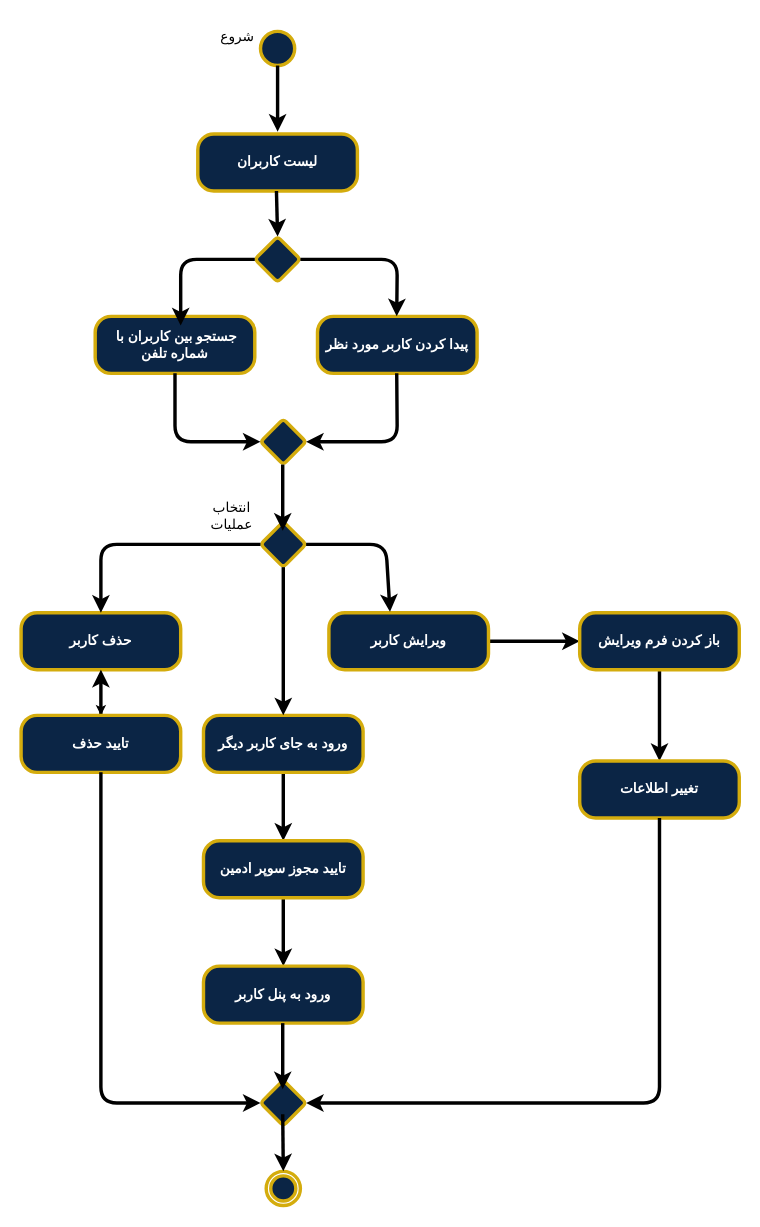
Earlier version of the draw.io diagram page "مدیریت کاربران" (2 of 4) of Documentation/Analysis/Modeling/Functional Models/Super Admin/super_admin_Activity_diagram_fixed3_.drawio (TnT74K/Project-SAD). Source tidied: cells renumbered, new cells numbered last; positions are measured from the earlier drawing's top-left corner, leaving out a move shared by most shapes. Both pictures are drawn from the tidied source at 114%, with x=0, y=0 at pixel (21, 19).
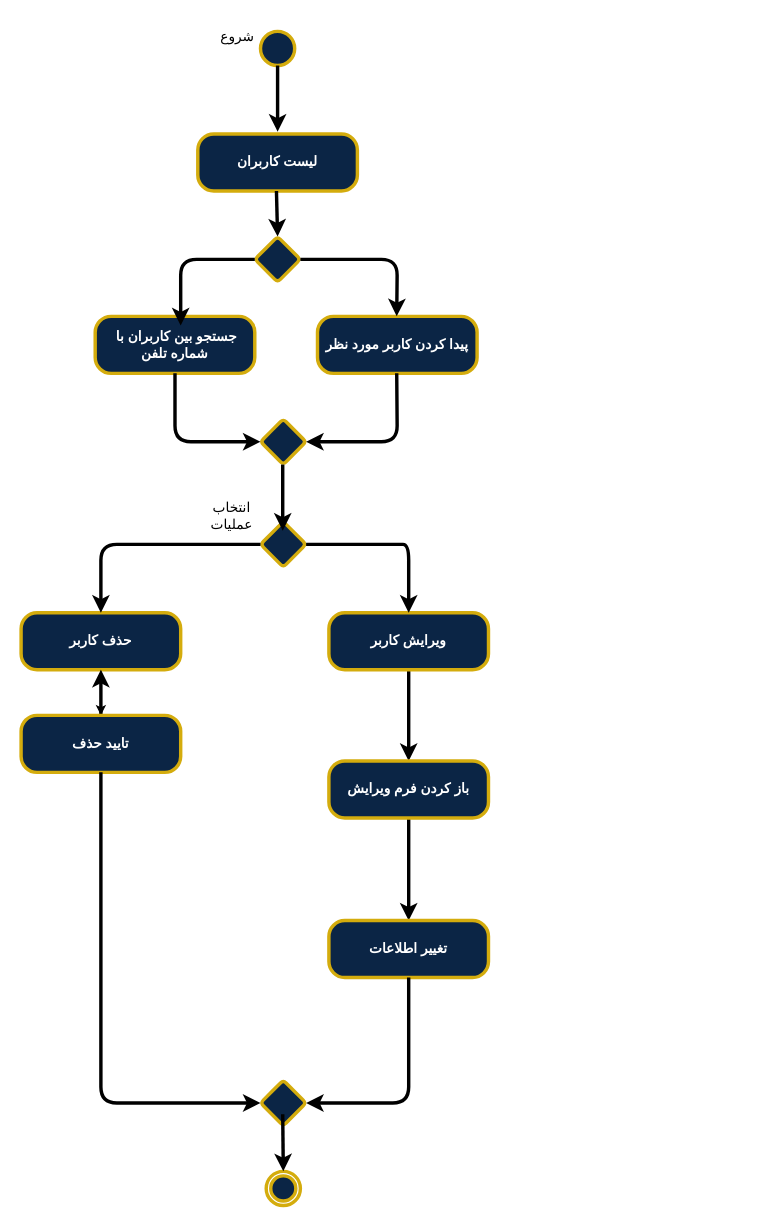
The same diagram, later.

Commit message (it also covers changes not shown here):
fix Business Admin and Super Admin Activity Diagrams

The change refers to these unchanged cells:
```xml
<mxCell id="10" style="rhombus;rounded=1;strokeColor=light-dark(#D4AC0D,#D4AC0D);strokeWidth=3;align=center;verticalAlign=middle;arcSize=7;fontFamily=zain;fontSize=12;fontColor=light-dark(#FFFFFF,#FFFFFF);fontStyle=1;labelBackgroundColor=none;fillColor=light-dark(#0B2545,#0B2545);" parent="1" vertex="1">
  <mxGeometry x="210" y="440" width="40" height="40" as="geometry" />
</mxCell>
<mxCell id="12" value="ویرایش کاربر" style="html=1;align=center;verticalAlign=middle;rounded=1;arcSize=28;whiteSpace=wrap;strokeColor=light-dark(#D4AC0D,#D4AC0D);strokeWidth=3;fontFamily=zain;fontSize=12;fontColor=light-dark(#FFFFFF,#FFFFFF);fontStyle=1;labelBackgroundColor=none;fillColor=light-dark(#0B2545,#0B2545);" parent="1" vertex="1">
  <mxGeometry x="270" y="520" width="140" height="50" as="geometry" />
</mxCell>
<mxCell id="25" style="rhombus;rounded=1;strokeColor=light-dark(#D4AC0D,#D4AC0D);strokeWidth=3;align=center;verticalAlign=middle;arcSize=7;fontFamily=zain;fontSize=12;fontColor=light-dark(#FFFFFF,#FFFFFF);fontStyle=1;labelBackgroundColor=none;fillColor=light-dark(#0B2545,#0B2545);" parent="1" vertex="1">
  <mxGeometry x="210" y="930" width="40" height="40" as="geometry" />
</mxCell>
```

What changed in the source:
```diff
@@
-    <mxCell id="15" style="edgeStyle=orthogonalEdgeStyle;rounded=0;jettySize=auto;html=1;strokeWidth=3;" parent="1" edge="1" source="16" target="21">
-      <mxGeometry relative="1" as="geometry" />
+    <mxCell id="15" style="edgeStyle=orthogonalEdgeStyle;rounded=0;orthogonalLoop=1;jettySize=auto;html=1;strokeWidth=3;" parent="1" edge="1">
+      <mxGeometry relative="1" as="geometry">
+        <mxPoint x="230" y="660" as="sourcePoint" />
+      </mxGeometry>
     </mxCell>
-    <mxCell id="16" value="ورود به جای کاربر دیگر" style="html=1;align=center;verticalAlign=middle;rounded=1;arcSize=28;whiteSpace=wrap;strokeColor=light-dark(#D4AC0D,#D4AC0D);strokeWidth=3;fontFamily=zain;fontSize=12;fontColor=light-dark(#FFFFFF,#FFFFFF);fontStyle=1;labelBackgroundColor=none;fillColor=light-dark(#0B2545,#0B2545);" parent="1" vertex="1">
-      <mxGeometry x="160" y="610" width="140" height="50" as="geometry" />
-    </mxCell>
@@
     <mxCell id="18" value="باز کردن فرم ویرایش" style="html=1;align=center;verticalAlign=middle;rounded=1;arcSize=28;whiteSpace=wrap;strokeColor=light-dark(#D4AC0D,#D4AC0D);strokeWidth=3;fontFamily=zain;fontSize=12;fontColor=light-dark(#FFFFFF,#FFFFFF);fontStyle=1;labelBackgroundColor=none;fillColor=light-dark(#0B2545,#0B2545);" parent="1" vertex="1">
-      <mxGeometry x="490" y="520" width="140" height="50" as="geometry" />
+      <mxGeometry x="270" y="650" width="140" height="50" as="geometry" />
     </mxCell>
     <mxCell id="19" value="تغییر اطلاعات" style="html=1;align=center;verticalAlign=middle;rounded=1;arcSize=28;whiteSpace=wrap;strokeColor=light-dark(#D4AC0D,#D4AC0D);strokeWidth=3;fontFamily=zain;fontSize=12;fontColor=light-dark(#FFFFFF,#FFFFFF);fontStyle=1;labelBackgroundColor=none;fillColor=light-dark(#0B2545,#0B2545);" parent="1" vertex="1">
-      <mxGeometry x="490" y="650" width="140" height="50" as="geometry" />
+      <mxGeometry x="270" y="790" width="140" height="50" as="geometry" />
     </mxCell>
-    <mxCell id="20" style="edgeStyle=orthogonalEdgeStyle;rounded=0;jettySize=auto;html=1;strokeWidth=3;" parent="1" edge="1" source="21" target="22">
-      <mxGeometry relative="1" as="geometry" />
+    <mxCell id="20" style="edgeStyle=orthogonalEdgeStyle;rounded=0;orthogonalLoop=1;jettySize=auto;html=1;strokeWidth=3;" parent="1" edge="1">
+      <mxGeometry relative="1" as="geometry">
+        <mxPoint x="230" y="770" as="sourcePoint" />
+      </mxGeometry>
     </mxCell>
-    <mxCell id="21" value="تایید مجوز سوپر ادمین" style="html=1;align=center;verticalAlign=middle;rounded=1;arcSize=28;whiteSpace=wrap;strokeColor=light-dark(#D4AC0D,#D4AC0D);strokeWidth=3;fontFamily=zain;fontSize=12;fontColor=light-dark(#FFFFFF,#FFFFFF);fontStyle=1;labelBackgroundColor=none;fillColor=light-dark(#0B2545,#0B2545);" parent="1" vertex="1">
-      <mxGeometry x="160" y="720" width="140" height="50" as="geometry" />
-    </mxCell>
-    <mxCell id="22" value="ورود به پنل کاربر" style="html=1;align=center;verticalAlign=middle;rounded=1;arcSize=28;whiteSpace=wrap;strokeColor=light-dark(#D4AC0D,#D4AC0D);strokeWidth=3;fontFamily=zain;fontSize=12;fontColor=light-dark(#FFFFFF,#FFFFFF);fontStyle=1;labelBackgroundColor=none;fillColor=light-dark(#0B2545,#0B2545);" parent="1" vertex="1">
-      <mxGeometry x="160" y="830" width="140" height="50" as="geometry" />
-    </mxCell>
@@
-    <mxCell id="34" style="html=1;verticalAlign=middle;labelBackgroundColor=none;strokeWidth=3;rounded=1;exitX=0.5;exitY=1;exitDx=0;exitDy=0;strokeColor=light-dark(#000000,#D4AC0D);align=center;arcSize=28;fontFamily=zain;fontSize=12;fontColor=light-dark(#FFFFFF,#FFFFFF);fontStyle=1;fillColor=light-dark(#0B2545,#0B2545);entryX=0.5;entryY=0;entryDx=0;entryDy=0;" parent="1" edge="1" source="10" target="16">
-      <mxGeometry relative="1" as="geometry" />
-    </mxCell>
-    <mxCell id="35" style="html=1;verticalAlign=middle;labelBackgroundColor=none;strokeWidth=3;rounded=1;exitX=1;exitY=0.5;exitDx=0;exitDy=0;strokeColor=light-dark(#000000,#D4AC0D);align=center;arcSize=28;fontFamily=zain;fontSize=12;fontColor=light-dark(#FFFFFF,#FFFFFF);fontStyle=1;fillColor=light-dark(#0B2545,#0B2545);entryX=0.383;entryY=-0.016;entryDx=0;entryDy=0;entryPerimeter=0;" parent="1" edge="1" source="10" target="12">
+    <mxCell id="35" style="html=1;verticalAlign=middle;labelBackgroundColor=none;strokeWidth=3;rounded=1;exitX=1;exitY=0.5;exitDx=0;exitDy=0;strokeColor=light-dark(#000000,#D4AC0D);align=center;arcSize=28;fontFamily=zain;fontSize=12;fontColor=light-dark(#FFFFFF,#FFFFFF);fontStyle=1;fillColor=light-dark(#0B2545,#0B2545);entryX=0.5;entryY=0;entryDx=0;entryDy=0;" parent="1" edge="1" source="10" target="12">
       <mxGeometry relative="1" as="geometry">
         <Array as="points">
           <mxPoint x="320" y="460" />
+          <mxPoint x="340" y="460" />
         </Array>
       </mxGeometry>
     </mxCell>
@@
-    <mxCell id="37" style="html=1;verticalAlign=middle;labelBackgroundColor=none;strokeWidth=3;rounded=1;exitX=0.5;exitY=1;exitDx=0;exitDy=0;strokeColor=light-dark(#000000,#D4AC0D);align=center;arcSize=28;fontFamily=zain;fontSize=12;fontColor=light-dark(#FFFFFF,#FFFFFF);fontStyle=1;fillColor=light-dark(#0B2545,#0B2545);" parent="1" edge="1">
-      <mxGeometry relative="1" as="geometry">
-        <mxPoint x="229.5" y="880" as="sourcePoint" />
-        <mxPoint x="229.5" y="938" as="targetPoint" />
-      </mxGeometry>
-    </mxCell>
@@
     <mxCell id="39" style="html=1;verticalAlign=middle;labelBackgroundColor=none;strokeWidth=3;rounded=1;exitX=0.5;exitY=1;exitDx=0;exitDy=0;strokeColor=light-dark(#000000,#D4AC0D);align=center;arcSize=28;fontFamily=zain;fontSize=12;fontColor=light-dark(#FFFFFF,#FFFFFF);fontStyle=1;fillColor=light-dark(#0B2545,#0B2545);entryX=1;entryY=0.5;entryDx=0;entryDy=0;" parent="1" edge="1" source="19" target="25">
       <mxGeometry relative="1" as="geometry">
         <Array as="points">
-          <mxPoint x="560" y="950" />
+          <mxPoint x="340" y="950" />
         </Array>
       </mxGeometry>
     </mxCell>
```
